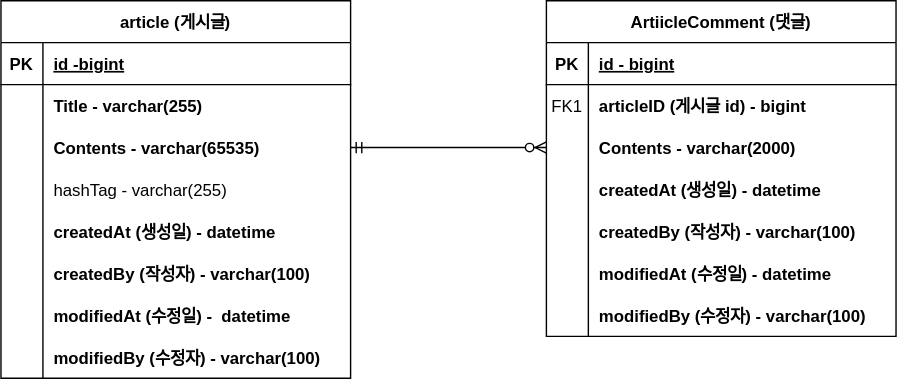
Earlier version of the draw.io export document/.BBS-project-ERD.svg (JEONGDratini/Spring-BBS-project). Source tidied: cells renumbered, new cells last; positions are measured from the earlier drawing's top-left corner, leaving out a move shared by most shapes.
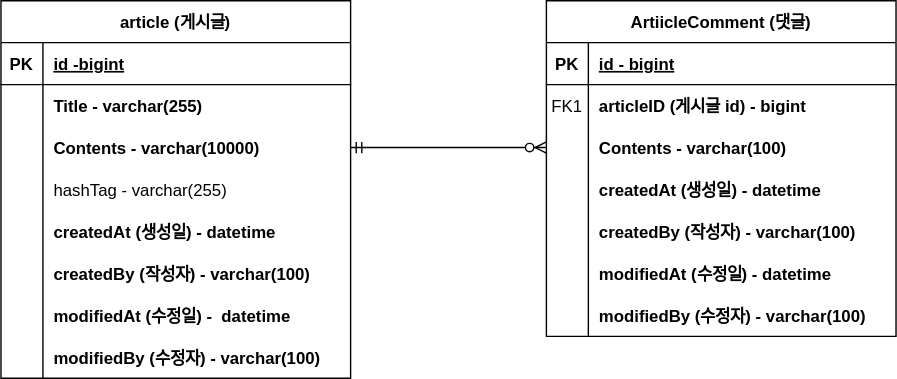
The same file after the commit.

Commit message:
#10 - erd 업데이트

The edit, as a diff of the source:
```diff
@@ -29,7 +29,7 @@
     <mxCell id="10" style="shape=partialRectangle;overflow=hidden;fillColor=none;top=0;left=0;bottom=0;right=0;" parent="9" vertex="1">
       <mxGeometry width="30" height="30" as="geometry" />
     </mxCell>
-    <mxCell id="11" value="Contents - varchar(2000)" style="shape=partialRectangle;overflow=hidden;fillColor=none;top=0;left=0;bottom=0;right=0;align=left;spacingLeft=6;fontStyle=1;" parent="9" vertex="1">
+    <mxCell id="11" value="Contents - varchar(100)" style="shape=partialRectangle;overflow=hidden;fillColor=none;top=0;left=0;bottom=0;right=0;align=left;spacingLeft=6;fontStyle=1;" parent="9" vertex="1">
       <mxGeometry x="30" width="220" height="30" as="geometry" />
     </mxCell>
     <mxCell id="12" style="shape=partialRectangle;fillColor=none;top=0;left=0;right=0;bottom=0;" parent="2" vertex="1">
@@ -95,7 +95,7 @@
     <mxCell id="32" style="shape=partialRectangle;overflow=hidden;fillColor=none;top=0;left=0;bottom=0;right=0;" parent="31" vertex="1">
       <mxGeometry width="30" height="30" as="geometry" />
     </mxCell>
-    <mxCell id="33" value="Contents - varchar(65535)" style="shape=partialRectangle;overflow=hidden;fillColor=none;top=0;left=0;bottom=0;right=0;align=left;spacingLeft=6;fontStyle=1;" parent="31" vertex="1">
+    <mxCell id="33" value="Contents - varchar(10000)" style="shape=partialRectangle;overflow=hidden;fillColor=none;top=0;left=0;bottom=0;right=0;align=left;spacingLeft=6;fontStyle=1;" parent="31" vertex="1">
       <mxGeometry x="30" width="220" height="30" as="geometry" />
     </mxCell>
     <mxCell id="34" style="shape=partialRectangle;fillColor=none;top=0;left=0;right=0;bottom=0;" parent="24" vertex="1">
```
